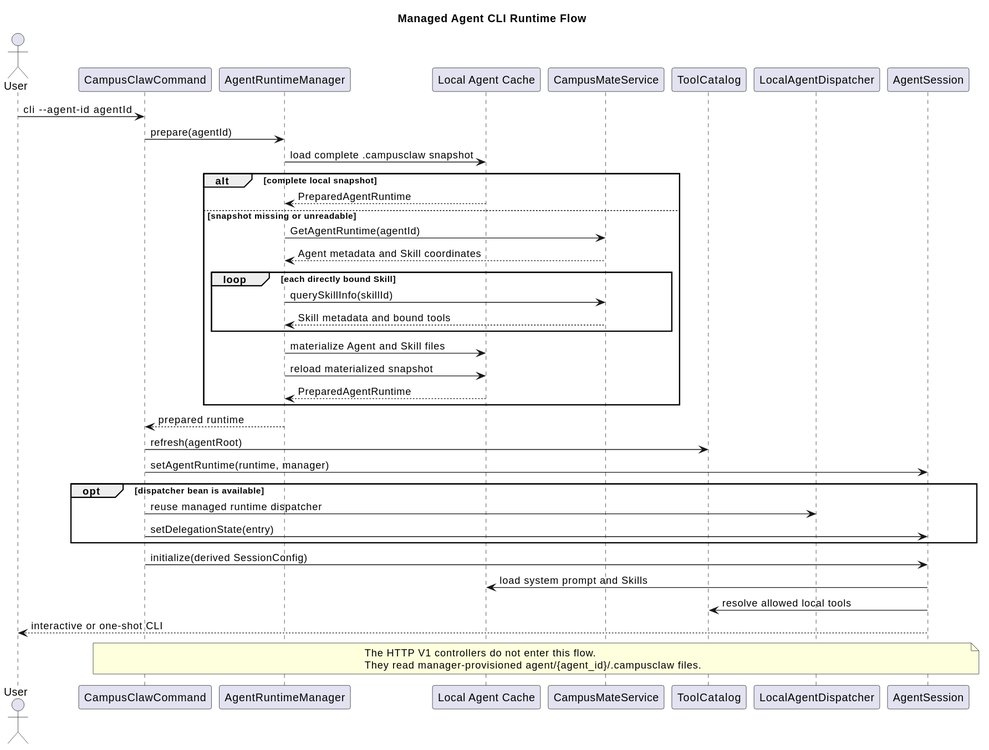
Above: docs/designs/agent-skill-runtime/managed_agent_cli_flow.svg in 2862282695gjh-afk/pi-mono-java (PlantUML), before the change.
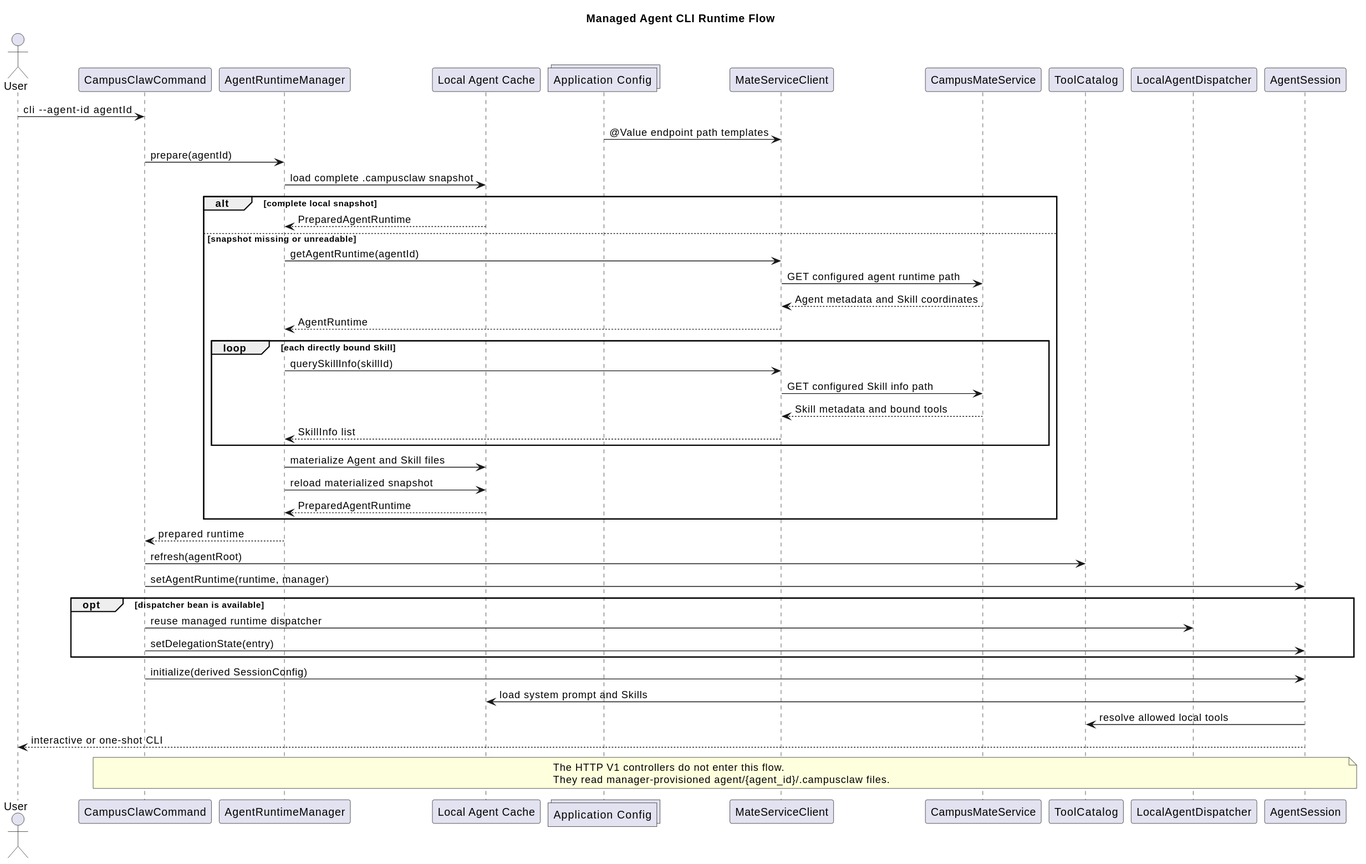
After the change.

The edit, as a diff of the source:
```diff
@@ -6,23 +6,30 @@
 participant "CampusClawCommand" as CLI
 participant "AgentRuntimeManager" as Runtime
 participant "Local Agent Cache" as Cache
+collections "Application Config" as Config
+participant "MateServiceClient" as MateClient
 participant "CampusMateService" as Mate
 participant "ToolCatalog" as Catalog
 participant "LocalAgentDispatcher" as Dispatcher
 participant "AgentSession" as Session
 
 User -> CLI: cli --agent-id agentId
+Config -> MateClient: @Value endpoint path templates
 CLI -> Runtime: prepare(agentId)
 Runtime -> Cache: load complete .campusclaw snapshot
 
 alt complete local snapshot
   Cache --> Runtime: PreparedAgentRuntime
 else snapshot missing or unreadable
-  Runtime -> Mate: GetAgentRuntime(agentId)
-  Mate --> Runtime: Agent metadata and Skill coordinates
+  Runtime -> MateClient: getAgentRuntime(agentId)
+  MateClient -> Mate: GET configured agent runtime path
+  Mate --> MateClient: Agent metadata and Skill coordinates
+  MateClient --> Runtime: AgentRuntime
   loop each directly bound Skill
-    Runtime -> Mate: querySkillInfo(skillId)
-    Mate --> Runtime: Skill metadata and bound tools
+    Runtime -> MateClient: querySkillInfo(skillId)
+    MateClient -> Mate: GET configured Skill info path
+    Mate --> MateClient: Skill metadata and bound tools
+    MateClient --> Runtime: SkillInfo list
   end
   Runtime -> Cache: materialize Agent and Skill files
   Runtime -> Cache: reload materialized snapshot
```
